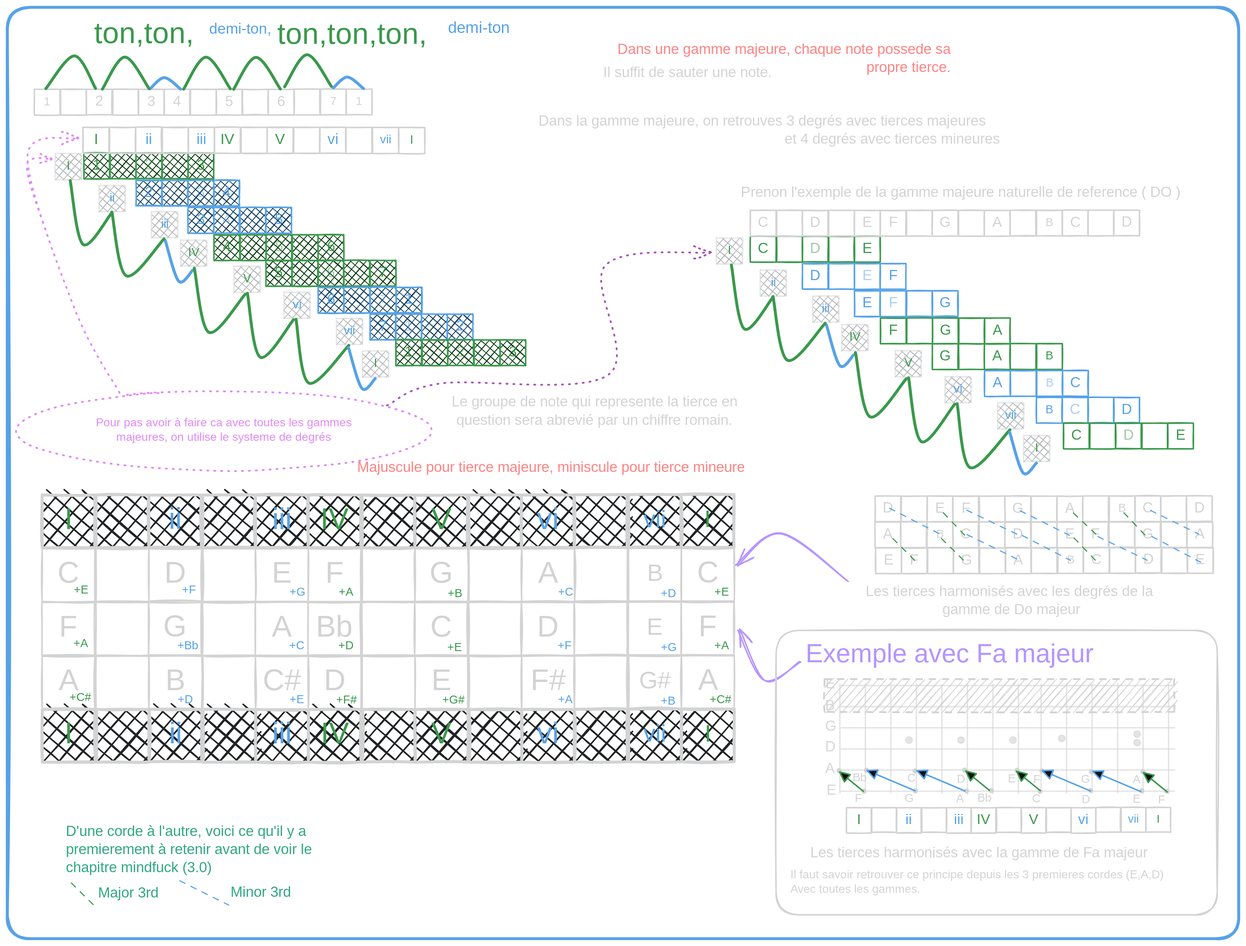
Before: part1/major_scale/3rd.majorscale.excalidraw.svg, a diagram exported from Excalidraw (Sydekends/Guitarisation). Source tidied: one line per element, renumbered; positions are measured from the earlier drawing's top-left corner, leaving out a move shared by most shapes.
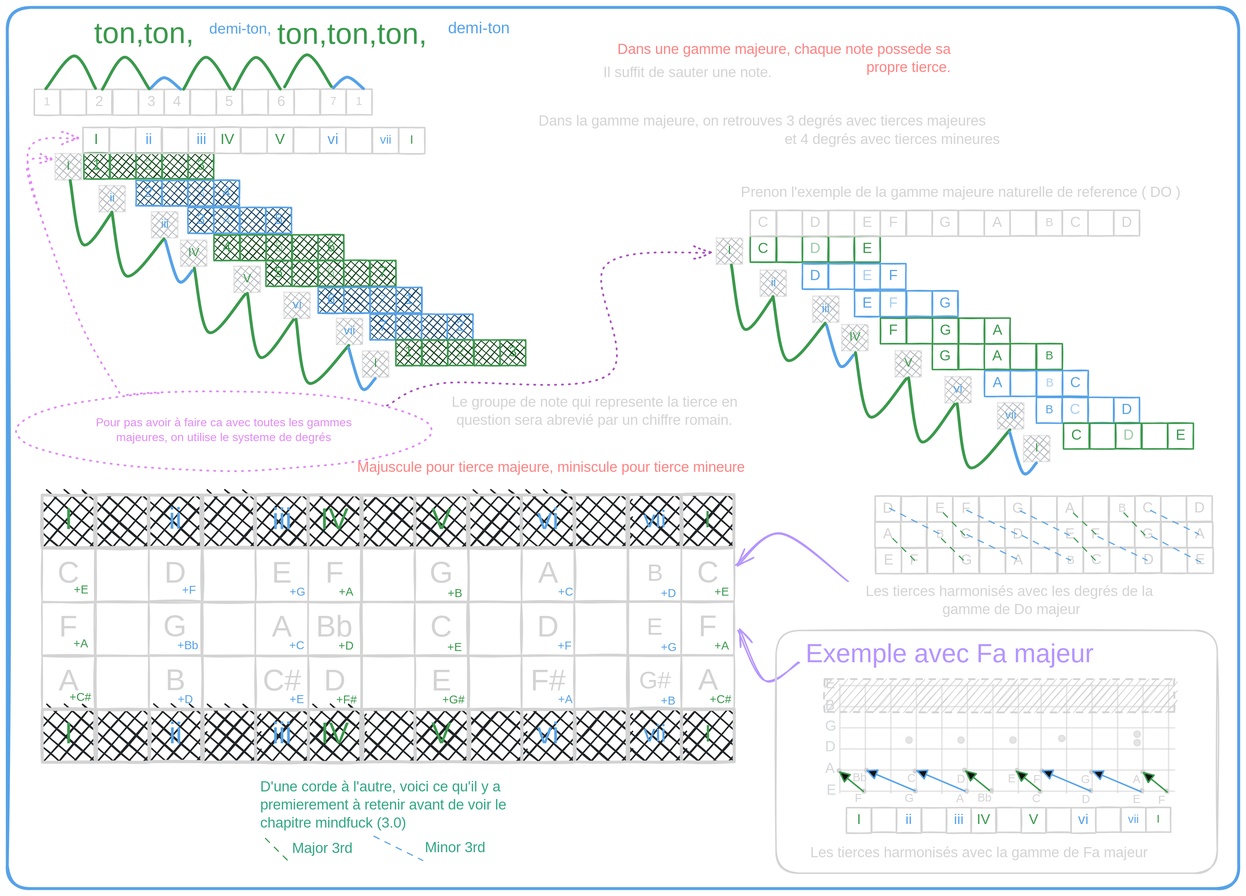
Above is the later version.

The edit, as a diff of the source:
```diff
@@ -30,7 +30,7 @@
 {"id": 29, "type": "line", "strokeColor": "#2f9e44", "strokeWidth": 4, "roughness": 0, "round": true, "x": 311, "y": 113, "width": 64, "height": 44, "points": [[0, 0], [31, -44], [64, -1]]}
 {"id": 30, "type": "line", "strokeColor": "#2f9e44", "strokeWidth": 4, "roughness": 0, "round": true, "x": 381, "y": 109, "width": 64, "height": 44, "points": [[0, 0], [31, -44], [64, -1]]}
 {"id": 31, "type": "line", "strokeColor": "#1971c2", "strokeWidth": 4, "roughness": 0, "round": true, "x": 447, "y": 110, "width": 41, "height": 16, "points": [[0, 0], [19, -15], [41, 1]]}
-{"id": 32, "type": "rectangle", "strokeColor": "#1971c2", "strokeWidth": 4, "roughness": 1, "round": true, "x": 0, "y": 0, "width": 1690, "height": 1278}
+{"id": 32, "type": "rectangle", "strokeColor": "#1971c2", "strokeWidth": 4, "roughness": 1, "round": true, "x": 0, "y": 0, "width": 1690, "height": 1209}
 {"id": 33, "type": "text", "text": "Prenon l'exemple de la gamme majeure naturelle de reference ( DO )", "strokeColor": "#1e1e1e", "strokeWidth": 2, "roughness": 1, "fontSize": 20, "fontFamily": 5, "x": 1007, "y": 242, "width": 648, "height": 25}
 {"id": 34, "type": "text", "text": "Dans une gamme majeure, chaque note possede sa\npropre tierce.", "strokeColor": "#e03131", "strokeWidth": 2, "roughness": 1, "fontSize": 20, "fontFamily": 5, "textAlign": "right", "x": 790, "y": 46, "width": 505, "height": 50}
 {"id": 35, "type": "text", "text": "Il suffit de sauter une note.", "strokeColor": "#1e1e1e", "strokeWidth": 2, "roughness": 1, "fontSize": 20, "fontFamily": 5, "x": 818, "y": 78, "width": 279, "height": 25}
@@ -382,7 +382,7 @@
 {"id": 381, "type": "rectangle", "strokeColor": "#2f9e44", "strokeWidth": 2, "roughness": 1, "x": 1557, "y": 571, "width": 35, "height": 35}
 {"id": 382, "type": "rectangle", "strokeColor": "#2f9e44", "strokeWidth": 2, "roughness": 1, "x": 1592, "y": 571, "width": 35, "height": 35}
 {"id": 383, "type": "text", "text": "E", "strokeColor": "#2f9e44", "strokeWidth": 4, "roughness": 1, "fontSize": 20, "fontFamily": 5, "textAlign": "center", "verticalAlign": "middle", "inside": 382, "x": 1603, "y": 576, "width": 14, "height": 25}
-{"id": 384, "type": "arrow", "strokeColor": "#6741d9", "strokeWidth": 2, "roughness": 1, "endArrowhead": "arrow", "round": true, "from": 469, "to": 185, "x": 1089, "y": 897, "width": 85, "height": 70, "points": [[0, 0], [-50, 26], [-85, -43]]}
+{"id": 384, "type": "arrow", "strokeColor": "#6741d9", "strokeWidth": 2, "roughness": 1, "endArrowhead": "arrow", "round": true, "from": 469, "to": 185, "x": 1087, "y": 898, "width": 83, "height": 70, "points": [[0, 0], [-48, 26], [-83, -44]]}
 {"id": 385, "type": "arrow", "strokeColor": "#da77f2", "strokeWidth": 2, "strokeStyle": "dotted", "roughness": 1, "endArrowhead": "arrow", "round": true, "from": 349, "to": 353, "x": 520, "y": 545, "width": 446, "height": 209, "points": [[0, 0], [74, -30], [304, -41], [299, -190], [446, -209]]}
 {"id": 386, "type": "rectangle", "strokeColor": "#1e1e1e", "strokeWidth": 2, "roughness": 1, "x": 1191, "y": 671, "width": 35, "height": 35}
 {"id": 387, "type": "text", "text": "D", "strokeColor": "#1e1e1e", "strokeWidth": 4, "roughness": 1, "fontSize": 20, "fontFamily": 5, "textAlign": "center", "verticalAlign": "middle", "inside": 386, "x": 1201, "y": 676, "width": 16, "height": 25}
@@ -461,14 +461,14 @@
 {"id": 460, "type": "line", "strokeColor": "#1971c2", "strokeWidth": 1, "strokeStyle": "dashed", "roughness": 1, "round": true, "x": 1497, "y": 726, "width": 67, "height": 33, "points": [[0, 0], [67, 33]]}
 {"id": 461, "type": "line", "strokeColor": "#1971c2", "strokeWidth": 1, "strokeStyle": "dashed", "roughness": 1, "round": true, "x": 1571, "y": 727, "width": 67, "height": 33, "points": [[0, 0], [67, 33]]}
 {"id": 462, "type": "line", "strokeColor": "#2f9e44", "strokeWidth": 1, "strokeStyle": "dashed", "roughness": 1, "round": true, "x": 1561, "y": 723, "width": 33, "height": 33, "points": [[0, 0], [-33, -33]]}
-{"id": 463, "type": "text", "text": "D'une corde à l'autre, voici ce qu'il y a\npremierement à retenir avant de voir le\nchapitre mindfuck (3.0)", "strokeColor": "#099268", "strokeWidth": 1, "strokeStyle": "dashed", "roughness": 1, "fontSize": 20, "fontFamily": 5, "x": 81, "y": 1119, "width": 381, "height": 75}
+{"id": 463, "type": "text", "text": "D'une corde à l'autre, voici ce qu'il y a\npremierement à retenir avant de voir le\nchapitre mindfuck (3.0)", "strokeColor": "#099268", "strokeWidth": 1, "strokeStyle": "dashed", "roughness": 1, "fontSize": 20, "fontFamily": 5, "x": 347, "y": 1058, "width": 381, "height": 75}
-{"id": 464, "type": "line", "strokeColor": "#2f9e44", "strokeWidth": 1, "strokeStyle": "dashed", "roughness": 1, "round": true, "x": 117, "y": 1232, "width": 33, "height": 33, "points": [[0, 0], [-33, -33]]}
+{"id": 464, "type": "line", "strokeColor": "#2f9e44", "strokeWidth": 1, "strokeStyle": "dashed", "roughness": 1, "round": true, "x": 384, "y": 1171, "width": 33, "height": 33, "points": [[0, 0], [-33, -33]]}
-{"id": 465, "type": "line", "strokeColor": "#1971c2", "strokeWidth": 1, "strokeStyle": "dashed", "roughness": 1, "round": true, "x": 236, "y": 1198, "width": 67, "height": 33, "points": [[0, 0], [67, 33]]}
+{"id": 465, "type": "line", "strokeColor": "#1971c2", "strokeWidth": 1, "strokeStyle": "dashed", "roughness": 1, "round": true, "x": 502, "y": 1137, "width": 67, "height": 33, "points": [[0, 0], [67, 33]]}
-{"id": 466, "type": "text", "text": "Major 3rd", "strokeColor": "#099268", "strokeWidth": 1, "strokeStyle": "dashed", "roughness": 1, "fontSize": 20, "fontFamily": 5, "x": 125, "y": 1204, "width": 94, "height": 25}
+{"id": 466, "type": "text", "text": "Major 3rd", "strokeColor": "#099268", "strokeWidth": 1, "strokeStyle": "dashed", "roughness": 1, "fontSize": 20, "fontFamily": 5, "x": 391, "y": 1143, "width": 94, "height": 25}
-{"id": 467, "type": "text", "text": "Minor 3rd", "strokeColor": "#099268", "strokeWidth": 1, "strokeStyle": "dashed", "roughness": 1, "fontSize": 20, "fontFamily": 5, "x": 307, "y": 1203, "width": 91, "height": 25}
+{"id": 467, "type": "text", "text": "Minor 3rd", "strokeColor": "#099268", "strokeWidth": 1, "strokeStyle": "dashed", "roughness": 1, "fontSize": 20, "fontFamily": 5, "x": 573, "y": 1142, "width": 91, "height": 25}
 {"id": 468, "type": "text", "text": "Les tierces harmonisés avec les degrés de la \ngamme de Do majeur", "strokeColor": "#1e1e1e", "strokeWidth": 2, "roughness": 1, "fontSize": 20, "fontFamily": 5, "textAlign": "center", "x": 1158, "y": 790, "width": 439, "height": 50}
 {"id": 469, "type": "text", "text": "Exemple avec Fa majeur", "strokeColor": "#6741d9", "backgroundColor": "#1e1e1e", "fillStyle": "hachure", "strokeWidth": 2, "strokeStyle": "dashed", "roughness": 1, "fontSize": 36, "fontFamily": 5, "textAlign": "center", "x": 1088, "y": 867, "width": 410, "height": 45}
-{"id": 470, "type": "rectangle", "strokeColor": "#1e1e1e", "strokeWidth": 2, "roughness": 1, "round": true, "x": 1055, "y": 855, "width": 605, "height": 390}
+{"id": 470, "type": "rectangle", "strokeColor": "#1e1e1e", "strokeWidth": 2, "roughness": 1, "round": true, "x": 1055, "y": 855, "width": 605, "height": 333}
 {"id": 471, "type": "text", "text": "E", "strokeColor": "#343a40", "strokeWidth": 2, "roughness": 0, "opacity": 60, "fontSize": 20, "fontFamily": 5, "x": 1124, "y": 1063, "width": 14, "height": 25}
 {"id": 472, "type": "text", "text": "A", "strokeColor": "#343a40", "strokeWidth": 2, "roughness": 0, "opacity": 60, "fontSize": 20, "fontFamily": 5, "x": 1122, "y": 1033, "width": 14, "height": 25}
 {"id": 473, "type": "text", "text": "D", "strokeColor": "#343a40", "strokeWidth": 2, "roughness": 0, "opacity": 60, "fontSize": 20, "fontFamily": 5, "x": 1122, "y": 1003, "width": 16, "height": 25}
@@ -562,6 +562,5 @@
 {"id": 561, "type": "text", "text": "vii", "strokeColor": "#1971c2", "strokeWidth": 2, "roughness": 1, "fontSize": 15.36, "fontFamily": 5, "textAlign": "center", "verticalAlign": "middle", "inside": 560, "x": 1538, "y": 1105, "width": 16, "height": 19}
 {"id": 562, "type": "rectangle", "strokeColor": "#1e1e1e", "strokeWidth": 2, "roughness": 1, "x": 1563, "y": 1098, "width": 34, "height": 34}
 {"id": 563, "type": "text", "text": "I", "strokeColor": "#2f9e44", "strokeWidth": 2, "roughness": 1, "fontSize": 15.36, "fontFamily": 5, "textAlign": "center", "verticalAlign": "middle", "inside": 562, "x": 1575, "y": 1105, "width": 8, "height": 19}
-{"id": 564, "type": "text", "text": "Il faut savoir retrouver ce principe depuis les 3 premieres cordes (E,A,D)\nAvec toutes les gammes.", "strokeColor": "#1e1e1e", "backgroundColor": "#99e9f2", "fillStyle": "solid", "strokeWidth": 2, "roughness": 0, "fontSize": 16, "fontFamily": 5, "x": 1075, "y": 1181, "width": 566, "height": 40}
 {"id": 565, "type": "text", "text": "Les tierces harmonisés avec la gamme de Fa majeur", "strokeColor": "#1e1e1e", "strokeWidth": 2, "roughness": 1, "fontSize": 20, "fontFamily": 5, "x": 1102, "y": 1149, "width": 494, "height": 25}
 {"id": 566, "type": "arrow", "strokeColor": "#6741d9", "strokeWidth": 2, "roughness": 1, "endArrowhead": "arrow", "round": true, "from": 468, "x": 1154, "y": 787, "width": 153, "height": 65, "points": [[0, 0], [-92, -65], [-153, -21]]}
```
